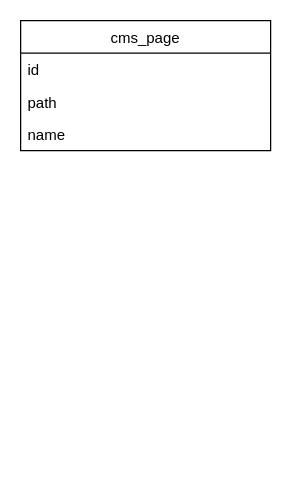
Earlier version of the draw.io diagram Untitled Diagram.drawio (snu1743/yii2-flcms). Source tidied: cells renumbered, new cells numbered last; positions are measured from the earlier drawing's top-left corner, leaving out a move shared by most shapes. Both pictures are drawn from the tidied source at 125%, with x=0, y=0 at pixel (20, 20).
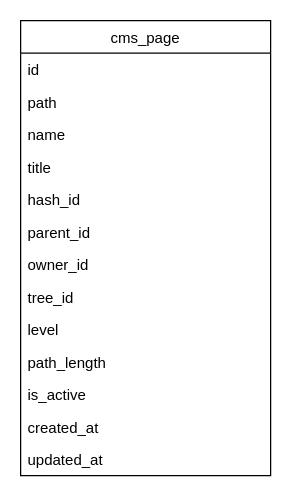
Above is the later version.

Commit message (it also covers changes not shown here):
yii-flcms

Change to the diagram source:
```diff
@@
 <mxGraphModel>
   <root>
     <mxCell id="0" />
     <mxCell id="1" parent="0" />
     <mxCell id="2" value="cms_page" style="swimlane;fontStyle=0;horizontal=1;startSize=26;" parent="1" vertex="1">
-      <mxGeometry width="200" height="104" as="geometry" />
+      <mxGeometry width="200" height="364" as="geometry" />
     </mxCell>
     <mxCell id="3" value="id" style="text;strokeColor=none;fillColor=none;align=left;verticalAlign=top;spacingLeft=4;spacingRight=4;overflow=hidden;" parent="2" vertex="1">
       <mxGeometry y="26" width="200" height="26" as="geometry" />
     </mxCell>
     <mxCell id="4" value="path" style="text;strokeColor=none;fillColor=none;align=left;verticalAlign=top;spacingLeft=4;spacingRight=4;overflow=hidden;" parent="2" vertex="1">
       <mxGeometry y="52" width="200" height="26" as="geometry" />
     </mxCell>
     <mxCell id="5" value="name" style="text;strokeColor=none;fillColor=none;align=left;verticalAlign=top;spacingLeft=4;spacingRight=4;overflow=hidden;" parent="2" vertex="1">
       <mxGeometry y="78" width="200" height="26" as="geometry" />
     </mxCell>
+    <mxCell id="6" value="title" style="text;strokeColor=none;fillColor=none;align=left;verticalAlign=top;spacingLeft=4;spacingRight=4;overflow=hidden;" parent="2" vertex="1">
+      <mxGeometry y="104" width="200" height="26" as="geometry" />
+    </mxCell>
+    <mxCell id="7" value="hash_id" style="text;strokeColor=none;fillColor=none;align=left;verticalAlign=top;spacingLeft=4;spacingRight=4;overflow=hidden;" parent="2" vertex="1">
+      <mxGeometry y="130" width="200" height="26" as="geometry" />
+    </mxCell>
+    <mxCell id="8" value="parent_id" style="text;strokeColor=none;fillColor=none;align=left;verticalAlign=top;spacingLeft=4;spacingRight=4;overflow=hidden;" parent="2" vertex="1">
+      <mxGeometry y="156" width="200" height="26" as="geometry" />
+    </mxCell>
+    <mxCell id="9" value="owner_id" style="text;strokeColor=none;fillColor=none;align=left;verticalAlign=top;spacingLeft=4;spacingRight=4;overflow=hidden;" parent="2" vertex="1">
+      <mxGeometry y="182" width="200" height="26" as="geometry" />
+    </mxCell>
+    <mxCell id="10" value="tree_id" style="text;strokeColor=none;fillColor=none;align=left;verticalAlign=top;spacingLeft=4;spacingRight=4;overflow=hidden;" parent="2" vertex="1">
+      <mxGeometry y="208" width="200" height="26" as="geometry" />
+    </mxCell>
+    <mxCell id="11" value="level" style="text;strokeColor=none;fillColor=none;align=left;verticalAlign=top;spacingLeft=4;spacingRight=4;overflow=hidden;" parent="2" vertex="1">
+      <mxGeometry y="234" width="200" height="26" as="geometry" />
+    </mxCell>
+    <mxCell id="12" value="path_length" style="text;strokeColor=none;fillColor=none;align=left;verticalAlign=top;spacingLeft=4;spacingRight=4;overflow=hidden;" parent="2" vertex="1">
+      <mxGeometry y="260" width="200" height="26" as="geometry" />
+    </mxCell>
+    <mxCell id="13" value="is_active" style="text;strokeColor=none;fillColor=none;align=left;verticalAlign=top;spacingLeft=4;spacingRight=4;overflow=hidden;" parent="2" vertex="1">
+      <mxGeometry y="286" width="200" height="26" as="geometry" />
+    </mxCell>
+    <mxCell id="14" value="created_at" style="text;strokeColor=none;fillColor=none;align=left;verticalAlign=top;spacingLeft=4;spacingRight=4;overflow=hidden;" parent="2" vertex="1">
+      <mxGeometry y="312" width="200" height="26" as="geometry" />
+    </mxCell>
+    <mxCell id="15" value="updated_at" style="text;strokeColor=none;fillColor=none;align=left;verticalAlign=top;spacingLeft=4;spacingRight=4;overflow=hidden;" parent="2" vertex="1">
+      <mxGeometry y="338" width="200" height="26" as="geometry" />
+    </mxCell>
   </root>
 </mxGraphModel>
```
